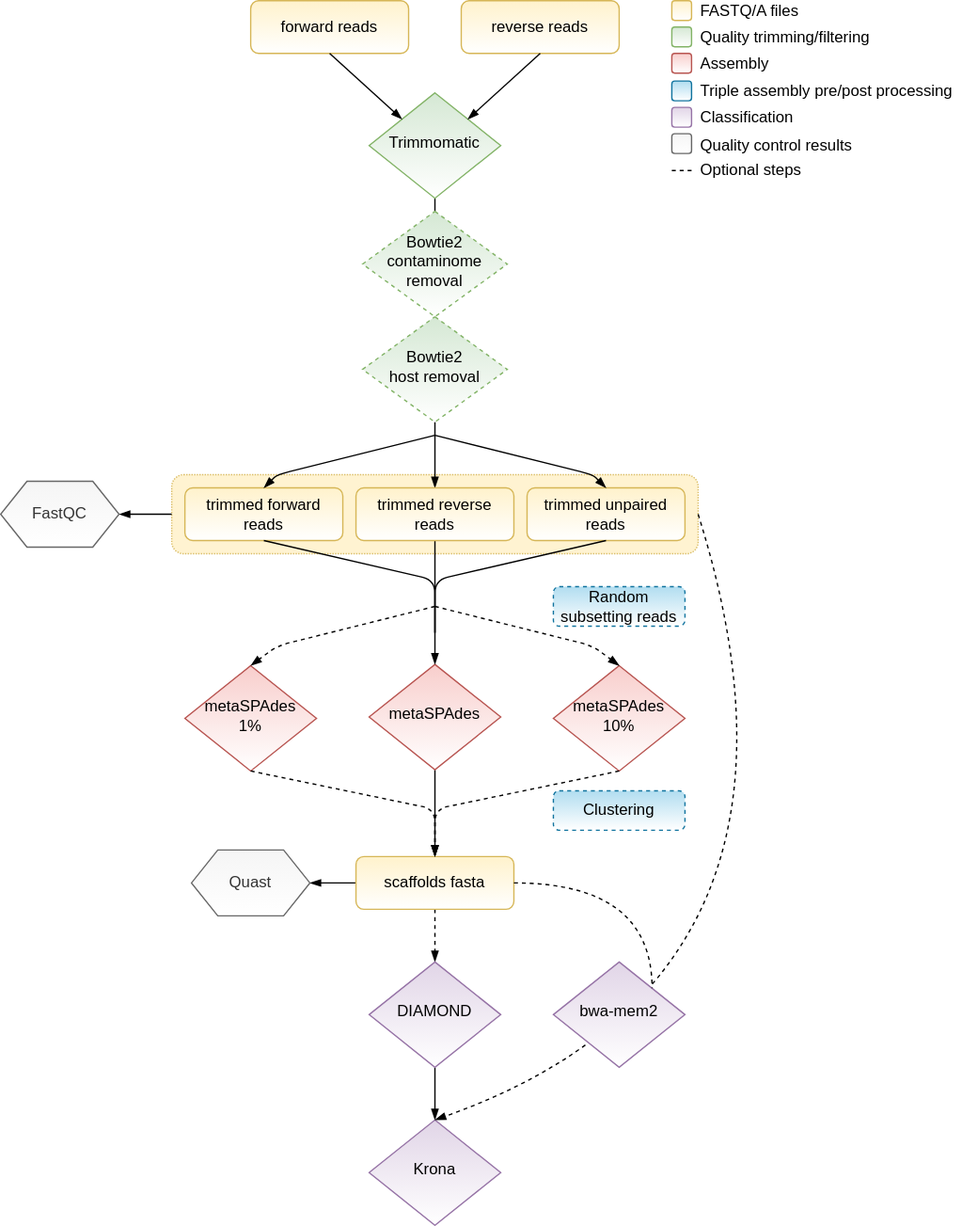
Before: ViPER.svg, a diagram exported from draw.io (Matthijnssenslab/ViPER). Source tidied: cells renumbered, new cells last; positions are measured from the earlier drawing's top-left corner, leaving out a move shared by most shapes.
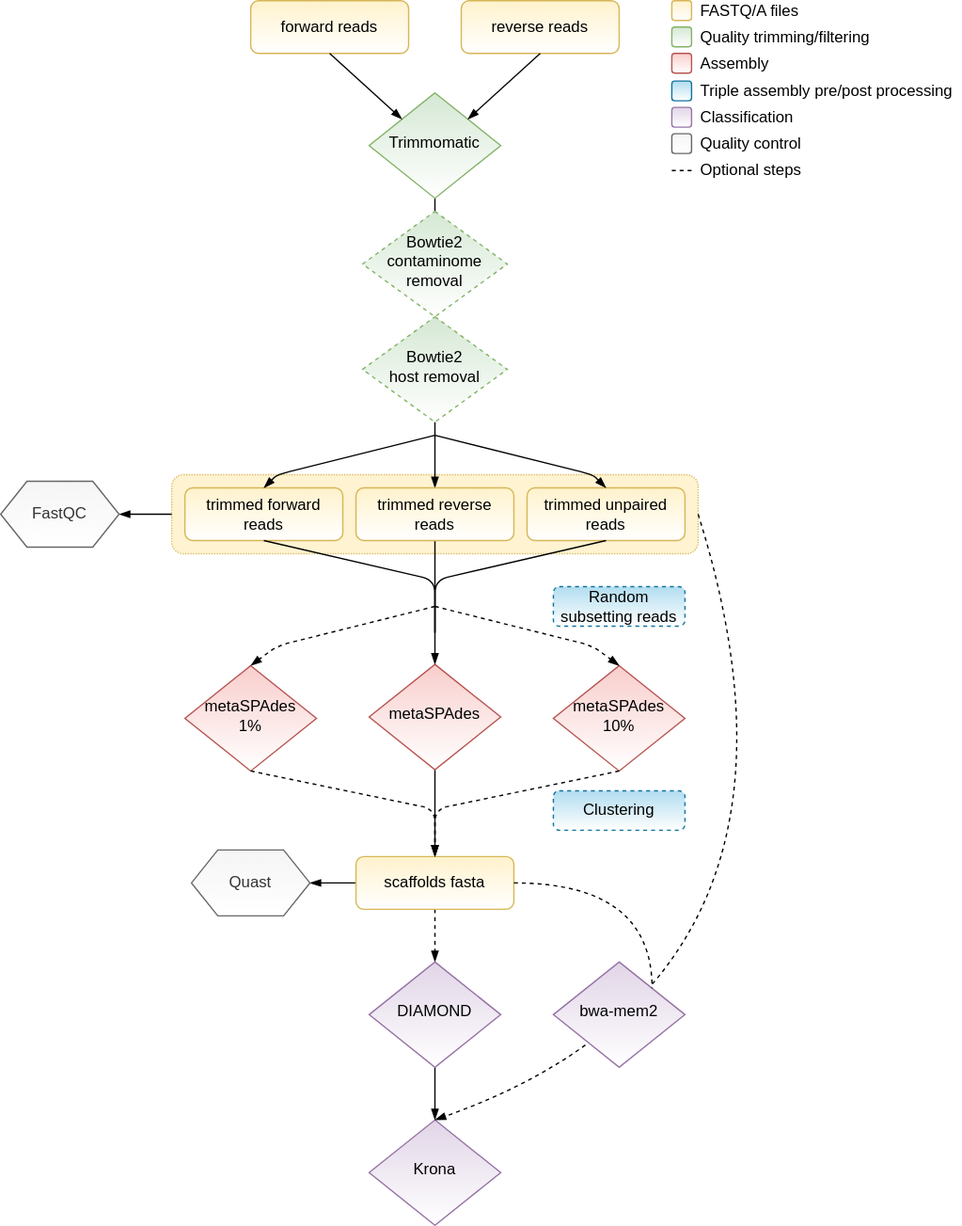
After the change.

Diff of the diagram source:
```diff
@@ -173,8 +173,8 @@
     <mxCell id="41" style="rounded=1;whiteSpace=wrap;html=1;shadow=0;glass=0;strokeColor=#666666;fillColor=#f5f5f5;fontColor=#333333;gradientColor=#ffffff;" parent="40" vertex="1">
       <mxGeometry y="-1.5" width="15" height="15" as="geometry" />
     </mxCell>
-    <mxCell id="42" value="Quality control results" style="text;html=1;strokeColor=none;fillColor=none;align=left;verticalAlign=middle;whiteSpace=wrap;rounded=0;shadow=0;glass=0;" parent="40" vertex="1">
-      <mxGeometry x="20" y="5" width="140" height="5" as="geometry" />
+    <mxCell id="42" value="Quality control" style="text;html=1;strokeColor=none;fillColor=none;align=left;verticalAlign=middle;whiteSpace=wrap;rounded=0;shadow=0;glass=0;" parent="40" vertex="1">
+      <mxGeometry x="20" y="3.5" width="140" height="5" as="geometry" />
     </mxCell>
     <mxCell id="43" value="Legend" parent="0" />
     <mxCell id="44" value="bwa-mem2" style="rhombus;whiteSpace=wrap;html=1;shadow=0;fontFamily=Helvetica;fontSize=12;align=center;strokeWidth=1;spacing=6;spacingTop=-4;fillColor=#e1d5e7;strokeColor=#9673a6;gradientColor=#ffffff;" parent="43" vertex="1">
```
